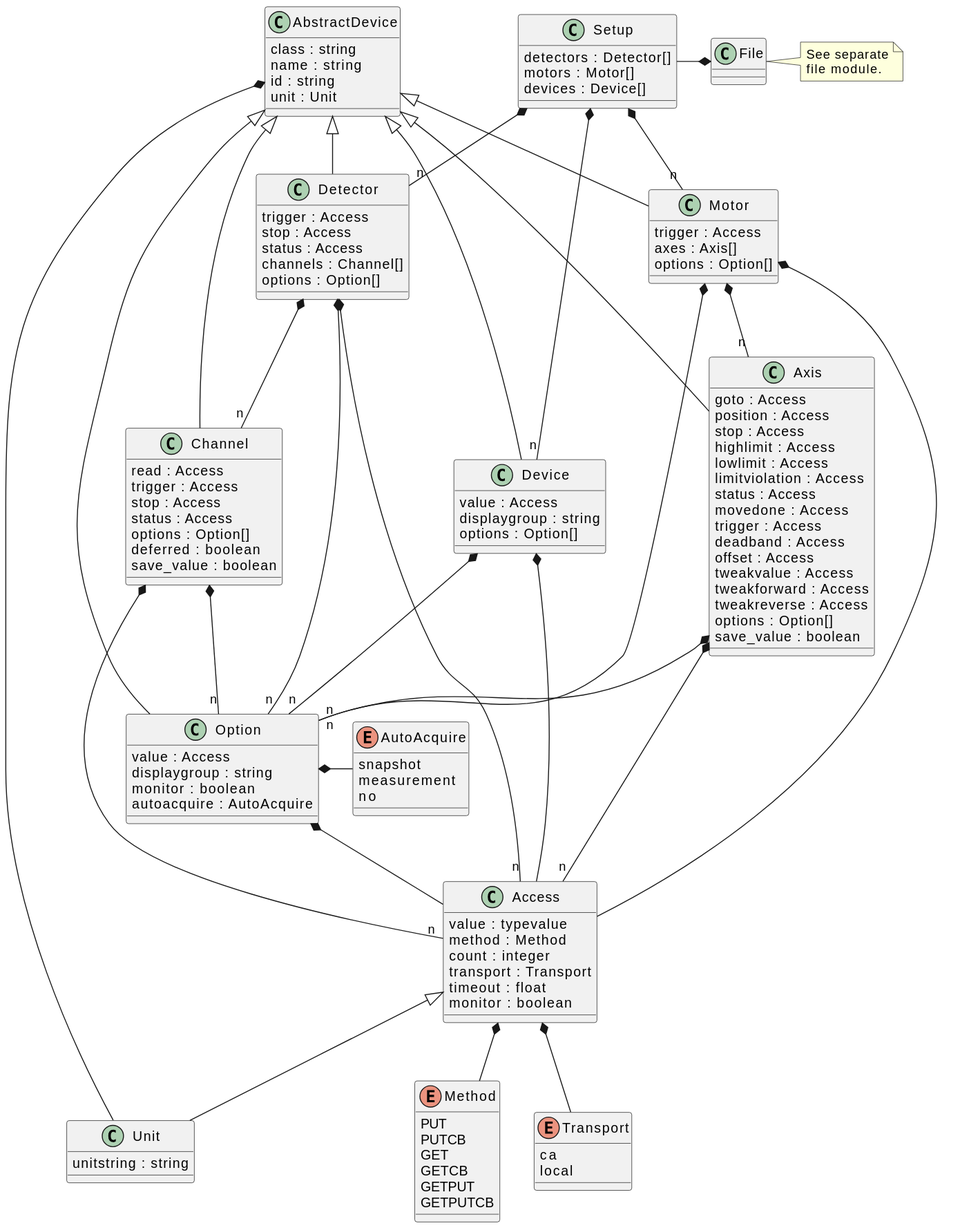
Earlier version of the PlantUML export docs/uml/evedata.scml.setup.svg (tillbiskup/evedata).
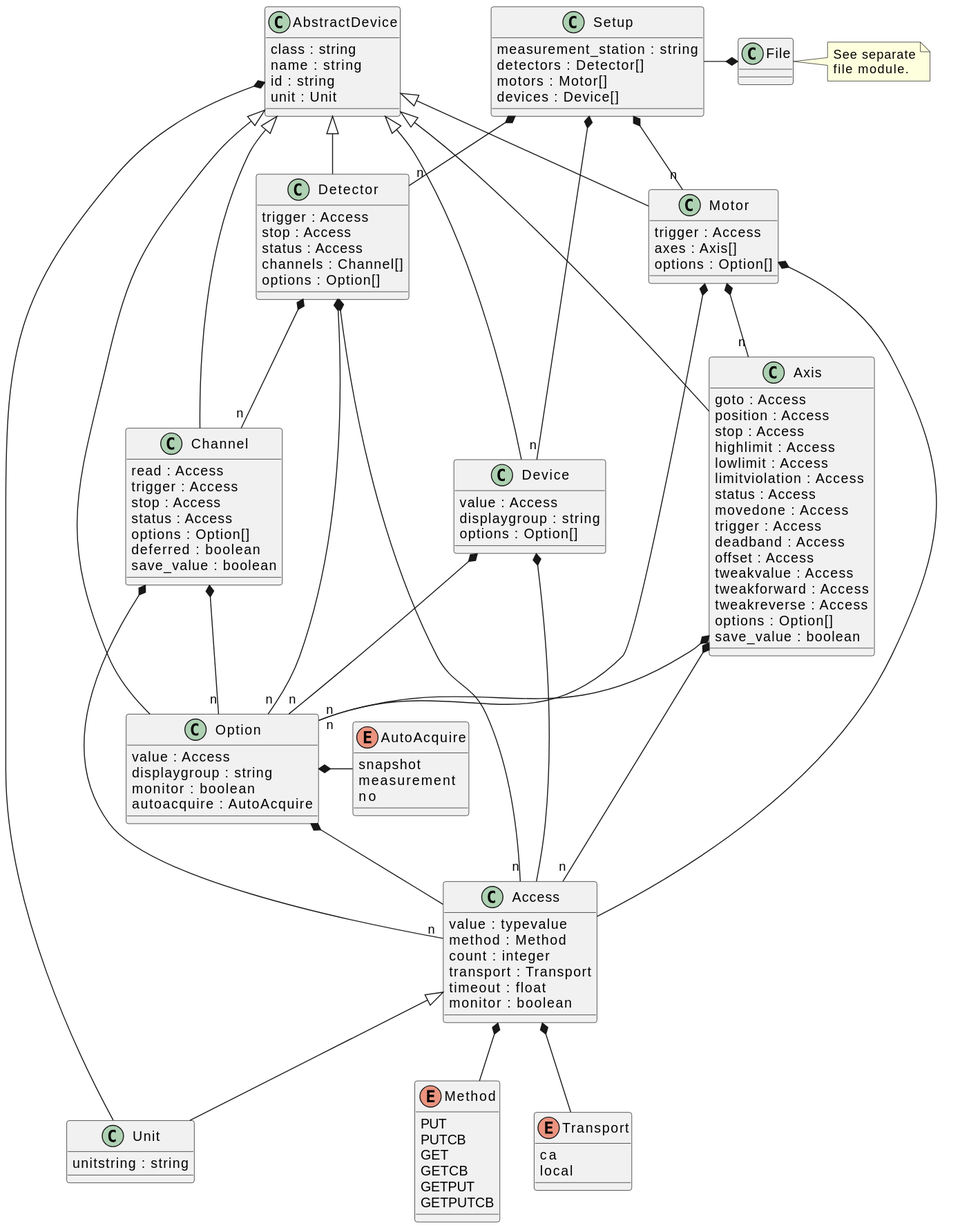
Later version of the same file.

The edit, as a diff of the source:
```diff
@@ -1,6 +1,7 @@
 @startuml
 
 class Setup {
+    measurement_station : string
     detectors : Detector[]
     motors : Motor[]
     devices : Device[]
```
